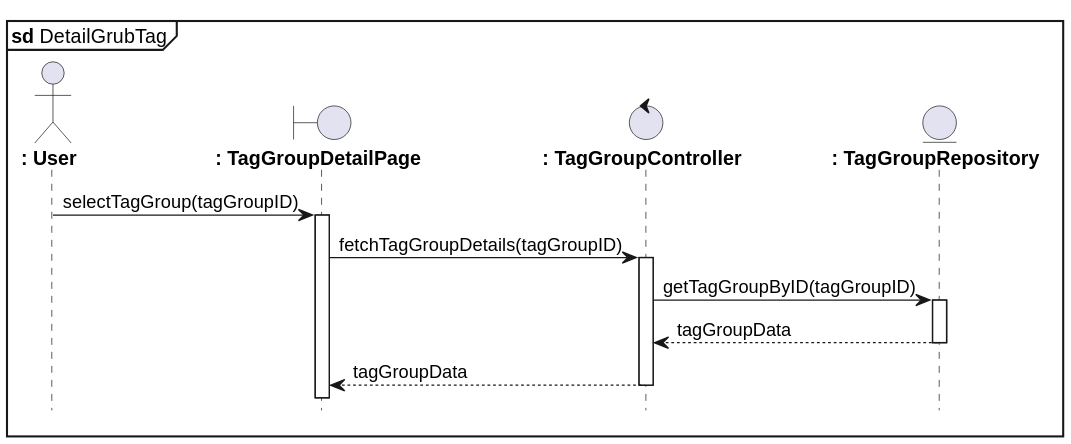
This is out/detail_grubtag.svg from azrappp/learning_uml2.0_pmul, a PlantUML export, as it was before one commit. Source of this version:
```plantuml
@startuml
mainframe **sd** DetailGrubTag
hide footbox

actor "**: User**" as User
boundary "**: TagGroupDetailPage**" as TagGroupDetailPage
control "**: TagGroupController**" as TagGroupController
entity "**: TagGroupRepository**" as TagGroupRepository

User -> TagGroupDetailPage : selectTagGroup(tagGroupID)
activate TagGroupDetailPage

TagGroupDetailPage -> TagGroupController : fetchTagGroupDetails(tagGroupID)
activate TagGroupController

TagGroupController -> TagGroupRepository : getTagGroupByID(tagGroupID)
activate TagGroupRepository

TagGroupRepository --> TagGroupController : tagGroupData
deactivate TagGroupRepository

TagGroupController --> TagGroupDetailPage : tagGroupData
deactivate TagGroupController
@enduml
```
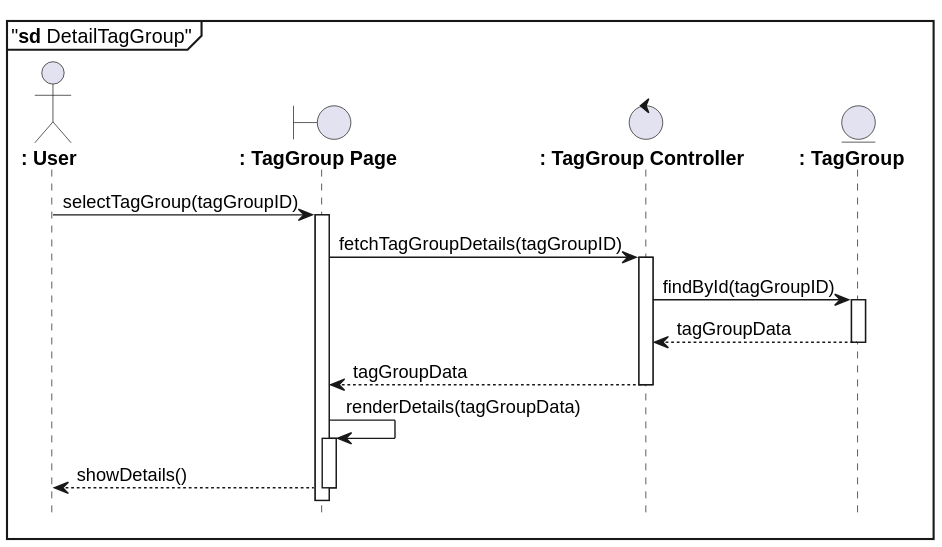
After the change.

The edit, as a diff of the source:
```diff
@@ -1,11 +1,11 @@
 @startuml
-mainframe **sd** DetailGrubTag
+mainframe "**sd** DetailTagGroup"
 hide footbox
 
 actor "**: User**" as User
-boundary "**: TagGroupDetailPage**" as TagGroupDetailPage
-control "**: TagGroupController**" as TagGroupController
-entity "**: TagGroupRepository**" as TagGroupRepository
+boundary "**: TagGroup Page**" as TagGroupDetailPage
+control "**: TagGroup Controller**" as TagGroupController
+entity  "**: TagGroup **" as TagGroupRepository
 
 User -> TagGroupDetailPage : selectTagGroup(tagGroupID)
 activate TagGroupDetailPage
@@ -13,7 +13,7 @@
 TagGroupDetailPage -> TagGroupController : fetchTagGroupDetails(tagGroupID)
 activate TagGroupController
 
-TagGroupController -> TagGroupRepository : getTagGroupByID(tagGroupID)
+TagGroupController -> TagGroupRepository : findById(tagGroupID)
 activate TagGroupRepository
 
 TagGroupRepository --> TagGroupController : tagGroupData
@@ -21,4 +21,9 @@
 
 TagGroupController --> TagGroupDetailPage : tagGroupData
 deactivate TagGroupController
+
+TagGroupDetailPage -> TagGroupDetailPage : renderDetails(tagGroupData)
+activate TagGroupDetailPage
+TagGroupDetailPage --> User : showDetails()
+deactivate TagGroupDetailPage
 @enduml
```
